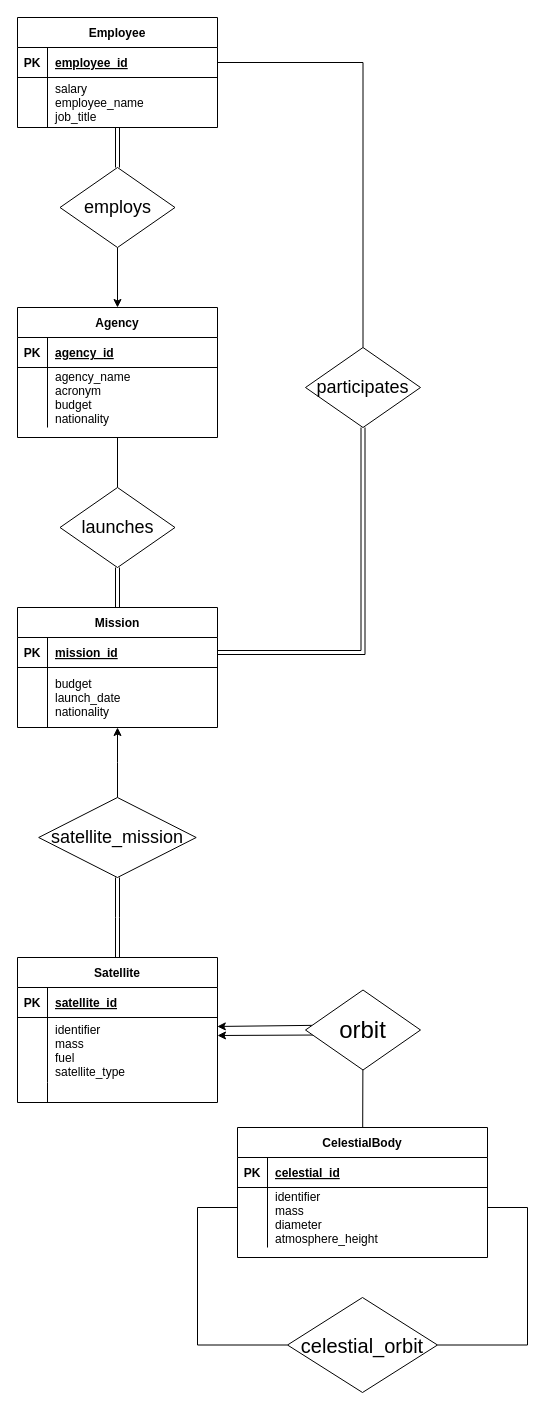
Above: conceptual_design.drawio in tacecapSx/satellite-database (draw.io), before the change. Source tidied: cells renumbered, new cells numbered last; positions are measured from the earlier drawing's top-left corner, leaving out a move shared by most shapes. Both pictures are drawn from the tidied source at 100%, with x=0, y=0 at pixel (17, 17).
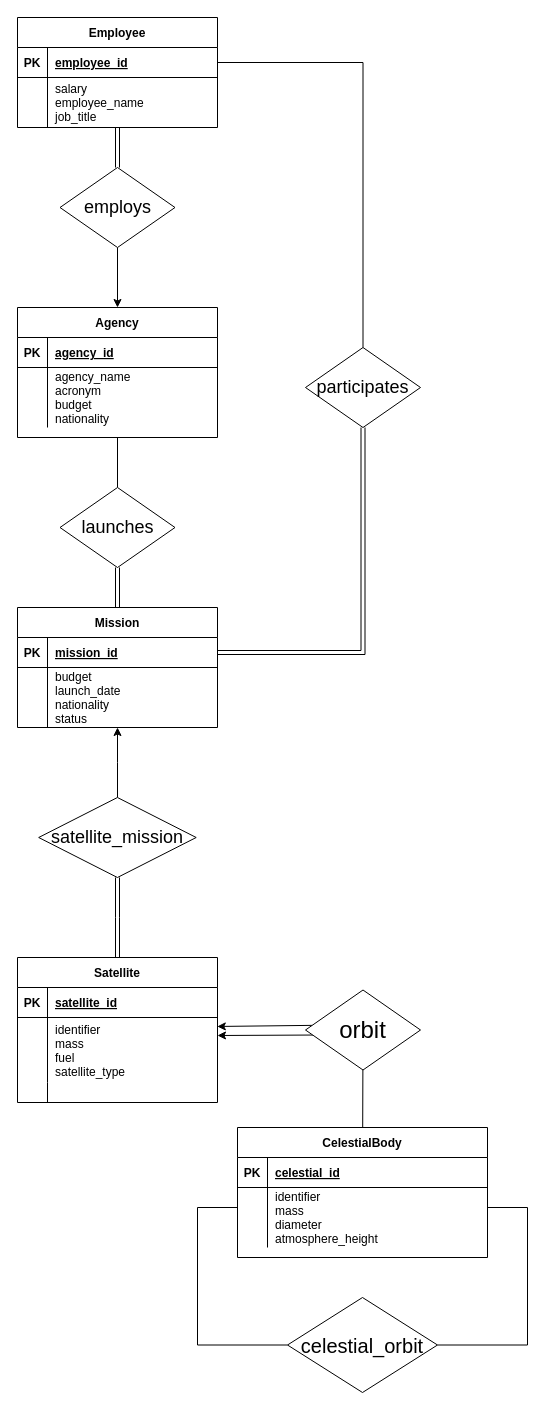
The same diagram, later.

Commit message (it also covers changes not shown here):
added satellites, KCST and mission status

The change refers to these unchanged cells:
```xml
<mxCell id="47" style="shape=partialRectangle;fillColor=none;top=0;left=0;right=0;bottom=0;" parent="43" vertex="1">
  <mxGeometry y="60" width="200" height="60" as="geometry" />
</mxCell>
```

Diff of the diagram source:
```diff
@@
-    <mxCell id="49" value="budget&#10;launch_date&#10;nationality" style="shape=partialRectangle;overflow=hidden;fillColor=none;top=0;left=0;bottom=0;right=0;align=left;spacingLeft=6;" parent="47" vertex="1">
+    <mxCell id="49" value="budget&#10;launch_date&#10;nationality&#10;status" style="shape=partialRectangle;overflow=hidden;fillColor=none;top=0;left=0;bottom=0;right=0;align=left;spacingLeft=6;" parent="47" vertex="1">
       <mxGeometry x="30" width="170" height="60" as="geometry" />
     </mxCell>
```
